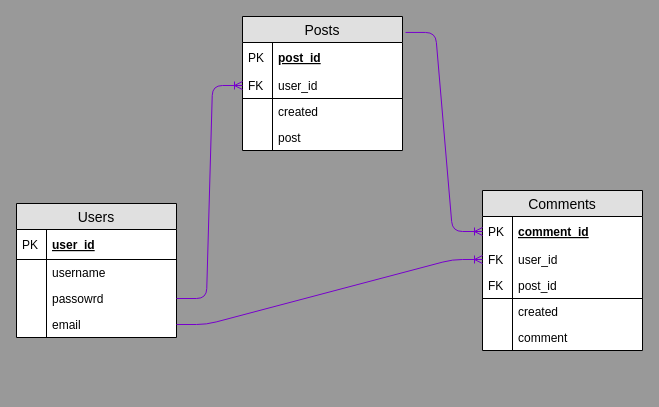
This is week9Assignment_drawio.drawio from zmontoya94/week9Assignment, a draw.io file, before an edit. Source tidied: cells renumbered, new cells numbered last; positions are measured from the earlier drawing's top-left corner, leaving out a move shared by most shapes. Both pictures are drawn from the tidied source at 100%, with x=0, y=0 at pixel (16, 16).
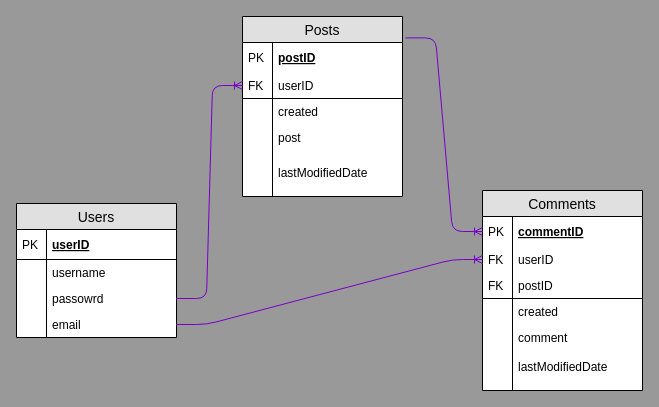
The same diagram, later.

The change refers to these unchanged cells:
```xml
<mxCell id="2" value="Users" style="swimlane;fontStyle=0;horizontal=1;startSize=26;fillColor=#e0e0e0;swimlaneFillColor=#ffffff;align=center;fontSize=14;" parent="1" vertex="1">
  <mxGeometry y="187" width="160" height="134" as="geometry" />
</mxCell>
```

The edit, as a diff of the source:
```diff
@@
-    <mxCell id="3" value="user_id" style="shape=partialRectangle;top=0;left=0;right=0;bottom=1;align=left;verticalAlign=middle;fillColor=none;spacingLeft=34;spacingRight=4;overflow=hidden;fontStyle=5;fontSize=12;" parent="2" vertex="1">
+    <mxCell id="3" value="userID" style="shape=partialRectangle;top=0;left=0;right=0;bottom=1;align=left;verticalAlign=middle;fillColor=none;spacingLeft=34;spacingRight=4;overflow=hidden;fontStyle=5;fontSize=12;" parent="2" vertex="1">
       <mxGeometry y="26" width="160" height="30" as="geometry" />
     </mxCell>
@@
     <mxCell id="11" value="Posts" style="swimlane;fontStyle=0;horizontal=1;startSize=26;fillColor=#e0e0e0;swimlaneFillColor=#ffffff;align=center;fontSize=14;" parent="1" vertex="1">
-      <mxGeometry x="226" width="160" height="134" as="geometry" />
+      <mxGeometry x="226" width="160" height="180" as="geometry" />
     </mxCell>
-    <mxCell id="12" value="post_id" style="shape=partialRectangle;top=0;left=0;right=0;bottom=1;align=left;verticalAlign=middle;fillColor=none;spacingLeft=34;spacingRight=4;overflow=hidden;fontStyle=5;fontSize=12;strokeColor=none;" parent="11" vertex="1">
+    <mxCell id="12" value="postID" style="shape=partialRectangle;top=0;left=0;right=0;bottom=1;align=left;verticalAlign=middle;fillColor=none;spacingLeft=34;spacingRight=4;overflow=hidden;fontStyle=5;fontSize=12;strokeColor=none;" parent="11" vertex="1">
       <mxGeometry y="26" width="160" height="30" as="geometry" />
     </mxCell>
@@
-    <mxCell id="14" value="user_id" style="shape=partialRectangle;top=0;left=0;right=0;bottom=1;align=left;verticalAlign=top;fillColor=none;spacingLeft=34;spacingRight=4;overflow=hidden;points=[[0,0.5],[1,0.5]];portConstraint=eastwest;fontSize=12;strokeColor=#000000;" parent="11" vertex="1">
+    <mxCell id="14" value="userID" style="shape=partialRectangle;top=0;left=0;right=0;bottom=1;align=left;verticalAlign=top;fillColor=none;spacingLeft=34;spacingRight=4;overflow=hidden;points=[[0,0.5],[1,0.5]];portConstraint=eastwest;fontSize=12;strokeColor=#000000;" parent="11" vertex="1">
       <mxGeometry y="56" width="160" height="26" as="geometry" />
     </mxCell>
@@
     <mxCell id="18" value="post" style="shape=partialRectangle;top=0;left=0;right=0;bottom=0;align=left;verticalAlign=top;fillColor=none;spacingLeft=34;spacingRight=4;overflow=hidden;fontSize=12;" parent="11" vertex="1">
-      <mxGeometry y="108" width="160" height="26" as="geometry" />
+      <mxGeometry y="108" width="160" height="35" as="geometry" />
     </mxCell>
     <mxCell id="19" style="shape=partialRectangle;top=0;left=0;bottom=0;fillColor=none;align=left;verticalAlign=top;spacingLeft=4;spacingRight=4;overflow=hidden;fontSize=12;" parent="18" vertex="1">
-      <mxGeometry width="30" height="26" as="geometry" />
+      <mxGeometry width="30" height="35" as="geometry" />
     </mxCell>
+    <mxCell id="34" value="lastModifiedDate" style="shape=partialRectangle;top=0;left=0;right=0;bottom=0;align=left;verticalAlign=top;fillColor=none;spacingLeft=34;spacingRight=4;overflow=hidden;fontSize=12;" parent="11" vertex="1">
+      <mxGeometry y="143" width="160" height="37" as="geometry" />
+    </mxCell>
+    <mxCell id="35" style="shape=partialRectangle;top=0;left=0;bottom=0;fillColor=none;align=left;verticalAlign=top;spacingLeft=4;spacingRight=4;overflow=hidden;fontSize=12;" parent="34" vertex="1">
+      <mxGeometry width="30" height="37" as="geometry" />
+    </mxCell>
     <mxCell id="20" value="Comments" style="swimlane;fontStyle=0;horizontal=1;startSize=26;fillColor=#e0e0e0;swimlaneFillColor=#ffffff;align=center;fontSize=14;" parent="1" vertex="1">
-      <mxGeometry x="466" y="174" width="160" height="160" as="geometry" />
+      <mxGeometry x="466" y="174" width="160" height="200" as="geometry" />
     </mxCell>
-    <mxCell id="21" value="comment_id" style="shape=partialRectangle;top=0;left=0;right=0;bottom=1;align=left;verticalAlign=middle;fillColor=none;spacingLeft=34;spacingRight=4;overflow=hidden;points=[[0,0.5],[1,0.5]];portConstraint=eastwest;fontStyle=5;fontSize=12;strokeColor=none;" parent="20" vertex="1">
+    <mxCell id="21" value="commentID" style="shape=partialRectangle;top=0;left=0;right=0;bottom=1;align=left;verticalAlign=middle;fillColor=none;spacingLeft=34;spacingRight=4;overflow=hidden;points=[[0,0.5],[1,0.5]];portConstraint=eastwest;fontStyle=5;fontSize=12;strokeColor=none;" parent="20" vertex="1">
       <mxGeometry y="26" width="160" height="30" as="geometry" />
     </mxCell>
@@
-    <mxCell id="23" value="user_id" style="shape=partialRectangle;top=0;left=0;right=0;bottom=1;align=left;verticalAlign=top;fillColor=none;spacingLeft=34;spacingRight=4;overflow=hidden;points=[[0,0.5],[1,0.5]];portConstraint=eastwest;fontSize=12;strokeColor=none;" parent="20" vertex="1">
+    <mxCell id="23" value="userID" style="shape=partialRectangle;top=0;left=0;right=0;bottom=1;align=left;verticalAlign=top;fillColor=none;spacingLeft=34;spacingRight=4;overflow=hidden;points=[[0,0.5],[1,0.5]];portConstraint=eastwest;fontSize=12;strokeColor=none;" parent="20" vertex="1">
       <mxGeometry y="56" width="160" height="26" as="geometry" />
     </mxCell>
@@
-    <mxCell id="25" value="post_id" style="shape=partialRectangle;top=0;left=0;right=0;bottom=1;align=left;verticalAlign=top;fillColor=none;spacingLeft=34;spacingRight=4;overflow=hidden;fontSize=12;" parent="20" vertex="1">
+    <mxCell id="25" value="postID" style="shape=partialRectangle;top=0;left=0;right=0;bottom=1;align=left;verticalAlign=top;fillColor=none;spacingLeft=34;spacingRight=4;overflow=hidden;fontSize=12;" parent="20" vertex="1">
       <mxGeometry y="82" width="160" height="26" as="geometry" />
     </mxCell>
@@
+    <mxCell id="36" value="comment" style="shape=partialRectangle;top=0;left=0;right=0;bottom=0;align=left;verticalAlign=top;fillColor=none;spacingLeft=34;spacingRight=4;overflow=hidden;fontSize=12;" parent="20" vertex="1">
+      <mxGeometry y="134" width="160" height="29" as="geometry" />
+    </mxCell>
+    <mxCell id="37" style="shape=partialRectangle;top=0;left=0;bottom=0;fillColor=none;align=left;verticalAlign=top;spacingLeft=4;spacingRight=4;overflow=hidden;fontSize=12;" parent="36" vertex="1">
+      <mxGeometry width="30" height="29" as="geometry" />
+    </mxCell>
-    <mxCell id="29" value="comment" style="shape=partialRectangle;top=0;left=0;right=0;bottom=0;align=left;verticalAlign=top;fillColor=none;spacingLeft=34;spacingRight=4;overflow=hidden;fontSize=12;" parent="20" vertex="1">
-      <mxGeometry y="134" width="160" height="26" as="geometry" />
+    <mxCell id="29" value="lastModifiedDate" style="shape=partialRectangle;top=0;left=0;right=0;bottom=0;align=left;verticalAlign=top;fillColor=none;spacingLeft=34;spacingRight=4;overflow=hidden;fontSize=12;" parent="20" vertex="1">
+      <mxGeometry y="163" width="160" height="37" as="geometry" />
     </mxCell>
     <mxCell id="30" style="shape=partialRectangle;top=0;left=0;bottom=0;fillColor=none;align=left;verticalAlign=top;spacingLeft=4;spacingRight=4;overflow=hidden;fontSize=12;" parent="29" vertex="1">
-      <mxGeometry width="30" height="26" as="geometry" />
+      <mxGeometry width="30" height="37" as="geometry" />
     </mxCell>
```
